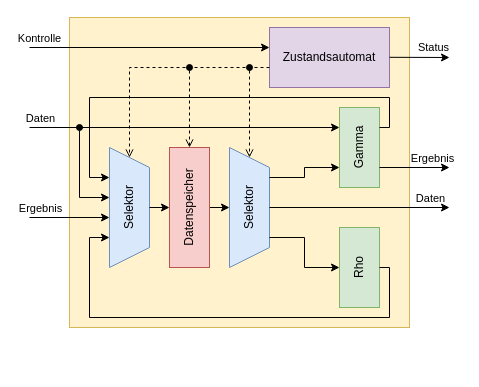
niklaslorenz/abschlussarbeit keeps this draw.io diagram as images/drawio templates/Iteration_2.drawio. Above is the earlier version. Source tidied: cells renumbered, new cells numbered last; positions are measured from the earlier drawing's top-left corner, leaving out a move shared by most shapes. Both pictures are drawn from the tidied source at 100%, with x=0, y=0 at pixel (29, 17).
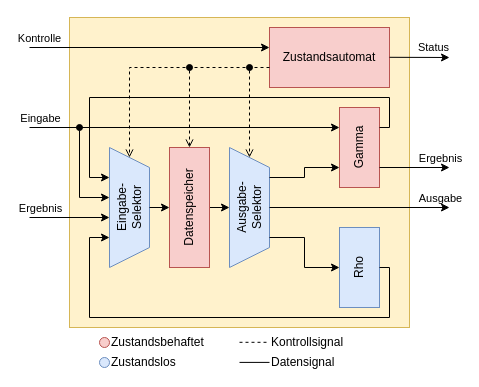
The same diagram, later.

The change refers to these unchanged cells:
```xml
<mxCell id="8" style="group;" parent="1" vertex="1">
  <mxGeometry x="200" y="130" width="40" height="120" as="geometry" />
</mxCell>
<mxCell id="11" style="group;fillColor=#e1d5e7;strokeColor=#9673a6;" parent="1" vertex="1">
  <mxGeometry x="240" y="10" width="120" height="60" as="geometry" />
</mxCell>
<mxCell id="14" style="group;" parent="1" vertex="1">
  <mxGeometry x="80" y="130" width="40" height="120" as="geometry" />
</mxCell>
<mxCell id="21" style="group;" parent="1" vertex="1">
  <mxGeometry x="310" y="210" width="40" height="80" as="geometry" />
</mxCell>
<mxCell id="29" style="endArrow=classic;html=1;rounded=0;entryX=0;entryY=0.25;entryDx=0;entryDy=0;startArrow=none;startFill=0;" parent="1" edge="1" target="19">
  <mxGeometry relative="1" as="geometry">
    <mxPoint y="110" as="sourcePoint" />
    <Array as="points">
      <mxPoint x="50" y="110" />
    </Array>
  </mxGeometry>
</mxCell>
<mxCell id="35" style="endArrow=classic;html=1;rounded=0;" parent="1" edge="1">
  <mxGeometry relative="1" as="geometry">
    <mxPoint x="240" y="190" as="sourcePoint" />
    <mxPoint x="420" y="190" as="targetPoint" />
  </mxGeometry>
</mxCell>
<mxCell id="37" style="endArrow=classic;html=1;rounded=0;exitX=1;exitY=0.75;exitDx=0;exitDy=0;" parent="1" edge="1" source="19">
  <mxGeometry relative="1" as="geometry">
    <mxPoint x="420" y="150" as="targetPoint" />
  </mxGeometry>
</mxCell>
```

Diff of the diagram source:
```diff
@@
-    <mxCell id="10" value="&lt;div&gt;Selektor&lt;/div&gt;" style="text;html=1;strokeColor=none;fillColor=none;align=center;verticalAlign=middle;whiteSpace=wrap;rounded=0;rotation=-90;" parent="8" vertex="1">
+    <mxCell id="10" value="&lt;div&gt;Ausgabe-Selektor&lt;/div&gt;" style="text;html=1;strokeColor=none;fillColor=none;align=center;verticalAlign=middle;whiteSpace=wrap;rounded=0;rotation=-90;" parent="8" vertex="1">
       <mxGeometry x="-10" y="45" width="60" height="30" as="geometry" />
     </mxCell>
@@
-    <mxCell id="12" style="rounded=0;whiteSpace=wrap;html=1;fillColor=#e1d5e7;strokeColor=#9673a6;" parent="11" vertex="1">
+    <mxCell id="12" style="rounded=0;whiteSpace=wrap;html=1;fillColor=#f8cecc;strokeColor=#b85450;" parent="11" vertex="1">
       <mxGeometry width="120" height="60" as="geometry" />
     </mxCell>
@@
-    <mxCell id="16" value="&lt;div&gt;Selektor&lt;/div&gt;" style="text;html=1;strokeColor=none;fillColor=none;align=center;verticalAlign=middle;whiteSpace=wrap;rounded=0;rotation=-90;" parent="14" vertex="1">
+    <mxCell id="16" value="&lt;div&gt;Eingabe-&lt;/div&gt;&lt;div&gt;Selektor&lt;/div&gt;" style="text;html=1;strokeColor=none;fillColor=none;align=center;verticalAlign=middle;whiteSpace=wrap;rounded=0;rotation=-90;" parent="14" vertex="1">
       <mxGeometry x="-10" y="45" width="60" height="30" as="geometry" />
     </mxCell>
@@
-    <mxCell id="18" style="group;" parent="1" vertex="1">
+    <mxCell id="18" style="group;fillColor=#f8cecc;strokeColor=#b85450;" parent="1" vertex="1">
       <mxGeometry x="310" y="90" width="40" height="80" as="geometry" />
     </mxCell>
-    <mxCell id="19" style="rounded=0;whiteSpace=wrap;html=1;fillColor=#d5e8d4;strokeColor=#82b366;" parent="18" vertex="1">
+    <mxCell id="19" style="rounded=0;whiteSpace=wrap;html=1;fillColor=#f8cecc;strokeColor=#b85450;" parent="18" vertex="1">
       <mxGeometry width="40" height="80" as="geometry" />
     </mxCell>
@@
-    <mxCell id="22" style="rounded=0;whiteSpace=wrap;html=1;fillColor=#d5e8d4;strokeColor=#82b366;" parent="21" vertex="1">
+    <mxCell id="22" style="rounded=0;whiteSpace=wrap;html=1;fillColor=#dae8fc;strokeColor=#6c8ebf;" parent="21" vertex="1">
       <mxGeometry width="40" height="80" as="geometry" />
     </mxCell>
@@
-    <mxCell id="30" value="Daten" style="edgeLabel;html=1;align=center;verticalAlign=middle;labelBackgroundColor=none;" parent="29" vertex="1">
+    <mxCell id="30" value="Eingabe" style="edgeLabel;html=1;align=center;verticalAlign=middle;labelBackgroundColor=none;" parent="29" vertex="1">
       <mxGeometry x="-0.97" y="-1" relative="1" as="geometry">
         <mxPoint x="5" y="-11" as="offset" />
       </mxGeometry>
     </mxCell>
@@
-    <mxCell id="36" value="Daten" style="edgeLabel;html=1;align=center;verticalAlign=middle;labelBackgroundColor=none;" parent="35" vertex="1">
+    <mxCell id="36" value="Ausgabe" style="edgeLabel;html=1;align=center;verticalAlign=middle;labelBackgroundColor=none;" parent="35" vertex="1">
       <mxGeometry x="0.81" y="1" relative="1" as="geometry">
-        <mxPoint x="-3" y="-9" as="offset" />
+        <mxPoint x="7" y="-9" as="offset" />
       </mxGeometry>
     </mxCell>
@@
     <mxCell id="38" value="Ergebnis" style="edgeLabel;html=1;align=center;verticalAlign=middle;labelBackgroundColor=none;" parent="37" vertex="1">
       <mxGeometry x="0.61" y="-1" relative="1" as="geometry">
-        <mxPoint x="-4" y="-11" as="offset" />
+        <mxPoint x="4" y="-11" as="offset" />
       </mxGeometry>
     </mxCell>
@@
+    <mxCell id="43" style="ellipse;whiteSpace=wrap;html=1;fillColor=#f8cecc;strokeColor=#b85450;" parent="1" vertex="1">
+      <mxGeometry x="70" y="320" width="10" height="10" as="geometry" />
+    </mxCell>
+    <mxCell id="44" value="Zustandsbehaftet" style="text;html=1;strokeColor=none;fillColor=none;align=left;verticalAlign=middle;whiteSpace=wrap;rounded=0;" parent="1" vertex="1">
+      <mxGeometry x="80" y="320" width="130" height="10" as="geometry" />
+    </mxCell>
+    <mxCell id="45" style="ellipse;whiteSpace=wrap;html=1;fillColor=#dae8fc;strokeColor=#6c8ebf;" parent="1" vertex="1">
+      <mxGeometry x="70" y="340" width="10" height="10" as="geometry" />
+    </mxCell>
+    <mxCell id="46" value="Zustandslos" style="text;html=1;strokeColor=none;fillColor=none;align=left;verticalAlign=middle;whiteSpace=wrap;rounded=0;" parent="1" vertex="1">
+      <mxGeometry x="80" y="340" width="130" height="10" as="geometry" />
+    </mxCell>
+    <mxCell id="47" style="endArrow=none;dashed=1;html=1;rounded=0;" parent="1" edge="1">
+      <mxGeometry relative="1" as="geometry">
+        <mxPoint x="210" y="324.8" as="sourcePoint" />
+        <mxPoint x="240" y="324.8" as="targetPoint" />
+      </mxGeometry>
+    </mxCell>
+    <mxCell id="48" value="Kontrollsignal" style="text;html=1;strokeColor=none;fillColor=none;align=left;verticalAlign=middle;whiteSpace=wrap;rounded=0;" parent="1" vertex="1">
+      <mxGeometry x="240" y="320" width="130" height="10" as="geometry" />
+    </mxCell>
+    <mxCell id="49" style="endArrow=none;html=1;rounded=0;" parent="1" edge="1">
+      <mxGeometry relative="1" as="geometry">
+        <mxPoint x="210" y="344.9" as="sourcePoint" />
+        <mxPoint x="240" y="344.9" as="targetPoint" />
+      </mxGeometry>
+    </mxCell>
+    <mxCell id="50" value="Datensignal" style="text;html=1;strokeColor=none;fillColor=none;align=left;verticalAlign=middle;whiteSpace=wrap;rounded=0;" parent="1" vertex="1">
+      <mxGeometry x="240" y="340" width="130" height="10" as="geometry" />
+    </mxCell>
```
